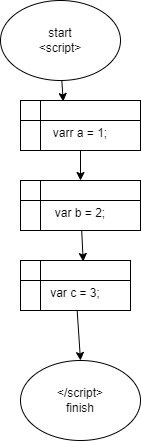
The draw.io diagram diagram.drawio.png in ewgeniy555/main, before a commit. Source tidied: cells renumbered, new cells last; positions are measured from the earlier drawing's top-left corner, leaving out a move shared by most shapes. Its diagram source:
```xml
<mxGraphModel>
  <root>
    <mxCell id="0" />
    <mxCell id="1" parent="0" />
    <mxCell id="2" style="edgeStyle=none;html=1;entryX=0.356;entryY=0.02;entryDx=0;entryDy=0;entryPerimeter=0;" parent="1" edge="1" source="3" target="5">
      <mxGeometry relative="1" as="geometry" />
    </mxCell>
    <mxCell id="3" value="start&lt;br&gt;&amp;lt;script&amp;gt;" style="ellipse;whiteSpace=wrap;html=1;" parent="1" vertex="1">
      <mxGeometry width="120" height="80" as="geometry" />
    </mxCell>
    <mxCell id="4" style="edgeStyle=none;html=1;entryX=0.5;entryY=0;entryDx=0;entryDy=0;" parent="1" edge="1" source="5" target="7">
      <mxGeometry relative="1" as="geometry" />
    </mxCell>
    <mxCell id="5" value="&lt;br&gt;varr a = 1;" style="shape=internalStorage;whiteSpace=wrap;html=1;backgroundOutline=1;" parent="1" vertex="1">
      <mxGeometry x="20" y="100" width="120" height="50" as="geometry" />
    </mxCell>
    <mxCell id="6" style="edgeStyle=none;html=1;entryX=0.57;entryY=0.02;entryDx=0;entryDy=0;entryPerimeter=0;" parent="1" edge="1" source="7" target="9">
      <mxGeometry relative="1" as="geometry" />
    </mxCell>
    <mxCell id="7" value="&lt;br&gt;var b = 2;" style="shape=internalStorage;whiteSpace=wrap;html=1;backgroundOutline=1;" parent="1" vertex="1">
      <mxGeometry x="20" y="180" width="120" height="50" as="geometry" />
    </mxCell>
    <mxCell id="8" style="edgeStyle=none;html=1;entryX=0.5;entryY=0;entryDx=0;entryDy=0;" parent="1" edge="1" source="9" target="10">
      <mxGeometry relative="1" as="geometry" />
    </mxCell>
    <mxCell id="9" value="&lt;br&gt;var c = 3;" style="shape=internalStorage;whiteSpace=wrap;html=1;backgroundOutline=1;" parent="1" vertex="1">
      <mxGeometry x="20" y="260" width="110" height="50" as="geometry" />
    </mxCell>
    <mxCell id="10" value="&amp;lt;/script&amp;gt;&lt;br&gt;finish" style="ellipse;whiteSpace=wrap;html=1;" parent="1" vertex="1">
      <mxGeometry x="20" y="360" width="120" height="80" as="geometry" />
    </mxCell>
  </root>
</mxGraphModel>
```
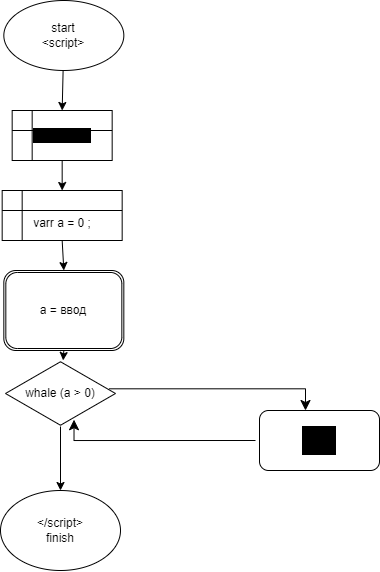
The same file after the commit.

Diff of the diagram source:
```diff
@@ -2,32 +2,57 @@
   <root>
     <mxCell id="0" />
     <mxCell id="1" parent="0" />
-    <mxCell id="2" style="edgeStyle=none;html=1;entryX=0.356;entryY=0.02;entryDx=0;entryDy=0;entryPerimeter=0;" parent="1" edge="1" source="3" target="5">
-      <mxGeometry relative="1" as="geometry" />
-    </mxCell>
+    <mxCell id="11" style="edgeStyle=none;html=1;entryX=0.5;entryY=0;entryDx=0;entryDy=0;" parent="1" edge="1" source="3" target="20">
+      <mxGeometry relative="1" as="geometry" />
+    </mxCell>
     <mxCell id="3" value="start&lt;br&gt;&amp;lt;script&amp;gt;" style="ellipse;whiteSpace=wrap;html=1;" parent="1" vertex="1">
-      <mxGeometry width="120" height="80" as="geometry" />
+      <mxGeometry x="-111.7" y="-70" width="120" height="70" as="geometry" />
     </mxCell>
-    <mxCell id="4" style="edgeStyle=none;html=1;entryX=0.5;entryY=0;entryDx=0;entryDy=0;" parent="1" edge="1" source="5" target="7">
-      <mxGeometry relative="1" as="geometry" />
-    </mxCell>
+    <mxCell id="12" style="edgeStyle=none;html=1;exitX=0.5;exitY=1;exitDx=0;exitDy=0;entryX=0.5;entryY=0;entryDx=0;entryDy=0;" parent="1" edge="1" source="5" target="16">
+      <mxGeometry relative="1" as="geometry" />
+    </mxCell>
-    <mxCell id="5" value="&lt;br&gt;varr a = 1;" style="shape=internalStorage;whiteSpace=wrap;html=1;backgroundOutline=1;" parent="1" vertex="1">
-      <mxGeometry x="20" y="100" width="120" height="50" as="geometry" />
+    <mxCell id="5" value="&lt;br&gt;varr a = 0 ;" style="shape=internalStorage;whiteSpace=wrap;html=1;backgroundOutline=1;" parent="1" vertex="1">
+      <mxGeometry x="-113.3" y="120" width="120" height="50" as="geometry" />
     </mxCell>
-    <mxCell id="6" style="edgeStyle=none;html=1;entryX=0.57;entryY=0.02;entryDx=0;entryDy=0;entryPerimeter=0;" parent="1" edge="1" source="7" target="9">
-      <mxGeometry relative="1" as="geometry" />
-    </mxCell>
-    <mxCell id="7" value="&lt;br&gt;var b = 2;" style="shape=internalStorage;whiteSpace=wrap;html=1;backgroundOutline=1;" parent="1" vertex="1">
-      <mxGeometry x="20" y="180" width="120" height="50" as="geometry" />
-    </mxCell>
-    <mxCell id="8" style="edgeStyle=none;html=1;entryX=0.5;entryY=0;entryDx=0;entryDy=0;" parent="1" edge="1" source="9" target="10">
-      <mxGeometry relative="1" as="geometry" />
-    </mxCell>
-    <mxCell id="9" value="&lt;br&gt;var c = 3;" style="shape=internalStorage;whiteSpace=wrap;html=1;backgroundOutline=1;" parent="1" vertex="1">
-      <mxGeometry x="20" y="260" width="110" height="50" as="geometry" />
-    </mxCell>
     <mxCell id="10" value="&amp;lt;/script&amp;gt;&lt;br&gt;finish" style="ellipse;whiteSpace=wrap;html=1;" parent="1" vertex="1">
-      <mxGeometry x="20" y="360" width="120" height="80" as="geometry" />
+      <mxGeometry x="-115" y="420" width="120" height="80" as="geometry" />
     </mxCell>
+    <mxCell id="13" style="edgeStyle=none;html=1;entryX=0.5;entryY=0;entryDx=0;entryDy=0;" parent="1" edge="1" source="14" target="10">
+      <mxGeometry relative="1" as="geometry" />
+    </mxCell>
+    <mxCell id="14" value="whale (a &amp;gt; 0)" style="html=1;whiteSpace=wrap;shape=isoRectangle;" parent="1" vertex="1">
+      <mxGeometry x="-110" y="290" width="110" height="66" as="geometry" />
+    </mxCell>
+    <mxCell id="15" style="edgeStyle=none;html=1;exitX=0.5;exitY=1;exitDx=0;exitDy=0;entryX=0.524;entryY=-0.001;entryDx=0;entryDy=0;entryPerimeter=0;" parent="1" edge="1" source="16" target="14">
+      <mxGeometry relative="1" as="geometry" />
+    </mxCell>
+    <mxCell id="16" value="a = ввод" style="shape=ext;double=1;rounded=1;whiteSpace=wrap;html=1;" parent="1" vertex="1">
+      <mxGeometry x="-111.7" y="200" width="120" height="80" as="geometry" />
+    </mxCell>
+    <mxCell id="17" style="edgeStyle=elbowEdgeStyle;elbow=horizontal;endArrow=classic;html=1;curved=0;rounded=0;endSize=8;startSize=8;exitX=0.943;exitY=0.429;exitDx=0;exitDy=0;exitPerimeter=0;entryX=0.383;entryY=0;entryDx=0;entryDy=0;entryPerimeter=0;" parent="1" edge="1" source="14" target="21">
+      <mxGeometry relative="1" as="geometry">
+        <Array as="points">
+          <mxPoint x="190" y="320" />
+          <mxPoint x="200" y="340" />
+        </Array>
+      </mxGeometry>
+    </mxCell>
+    <mxCell id="18" style="edgeStyle=segmentEdgeStyle;endArrow=classic;html=1;curved=0;rounded=0;endSize=8;startSize=8;entryX=0.623;entryY=0.897;entryDx=0;entryDy=0;entryPerimeter=0;" parent="1" edge="1" target="14">
+      <mxGeometry relative="1" as="geometry">
+        <mxPoint x="140" y="370" as="sourcePoint" />
+        <Array as="points">
+          <mxPoint x="-41" y="370" />
+        </Array>
+      </mxGeometry>
+    </mxCell>
+    <mxCell id="19" style="edgeStyle=none;html=1;entryX=0.5;entryY=0;entryDx=0;entryDy=0;" parent="1" edge="1" source="20" target="5">
+      <mxGeometry relative="1" as="geometry" />
+    </mxCell>
+    <mxCell id="20" value="var&amp;nbsp; d = 0 :" style="shape=internalStorage;whiteSpace=wrap;html=1;backgroundOutline=1;labelBackgroundColor=#000000;" parent="1" vertex="1">
+      <mxGeometry x="-103.3" y="40" width="100" height="50" as="geometry" />
+    </mxCell>
+    <mxCell id="21" value="d=d+a&lt;br&gt;a=a-1" style="rounded=1;whiteSpace=wrap;html=1;labelBackgroundColor=#000000;" parent="1" vertex="1">
+      <mxGeometry x="144" y="340" width="120" height="60" as="geometry" />
+    </mxCell>
   </root>
 </mxGraphModel>
```
